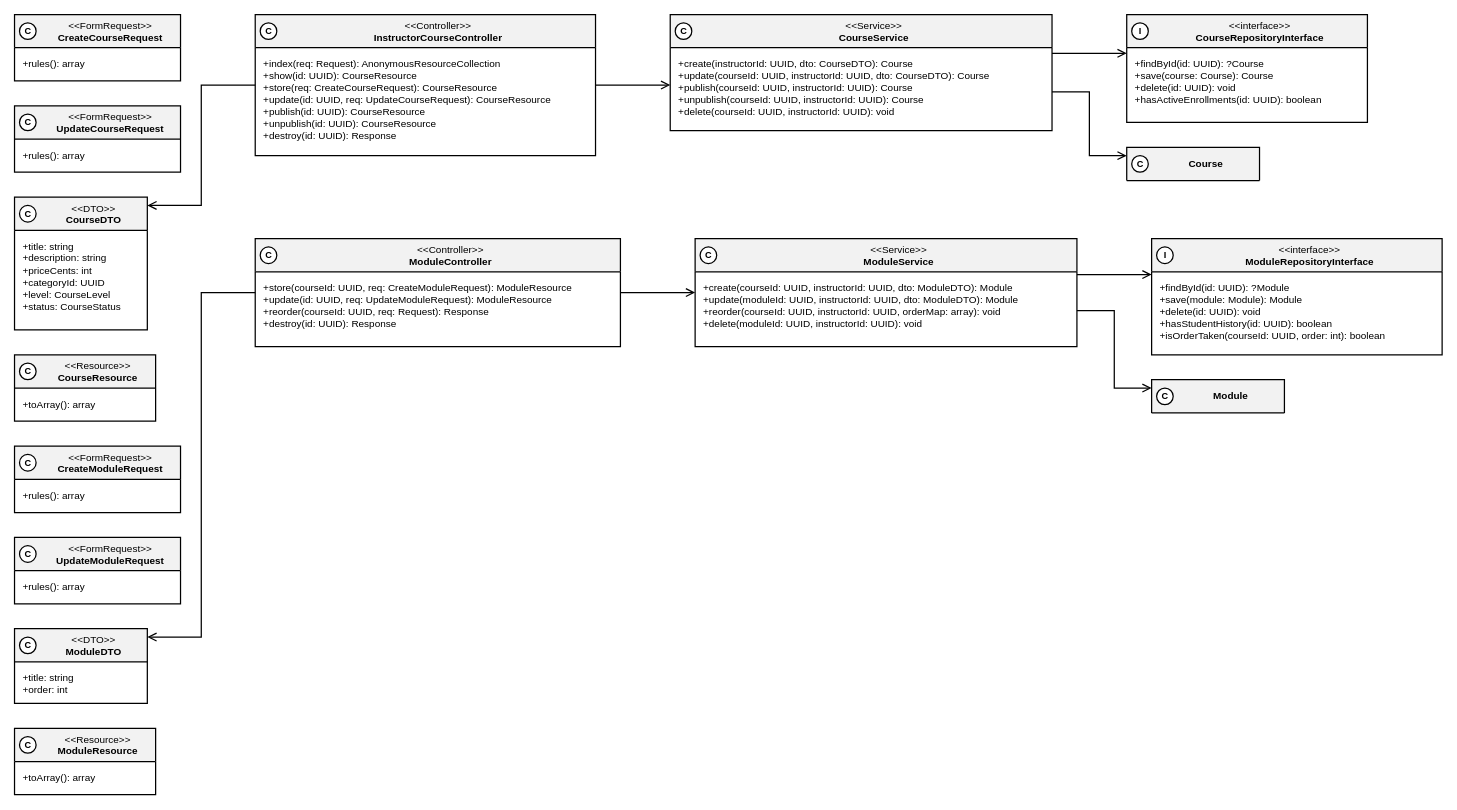
This is especificacao/diagramas/13-classes-area-b-implementacao-cursos-modulos.drawio from Plataforma-de-Cursos-TCC/plataforma-cursos-docs, a draw.io file, before an edit. Source tidied: cells renumbered, new cells numbered last; positions are measured from the earlier drawing's top-left corner, leaving out a move shared by most shapes. Both pictures are drawn from the tidied source at 83%, with x=0, y=0 at pixel (14, 14).
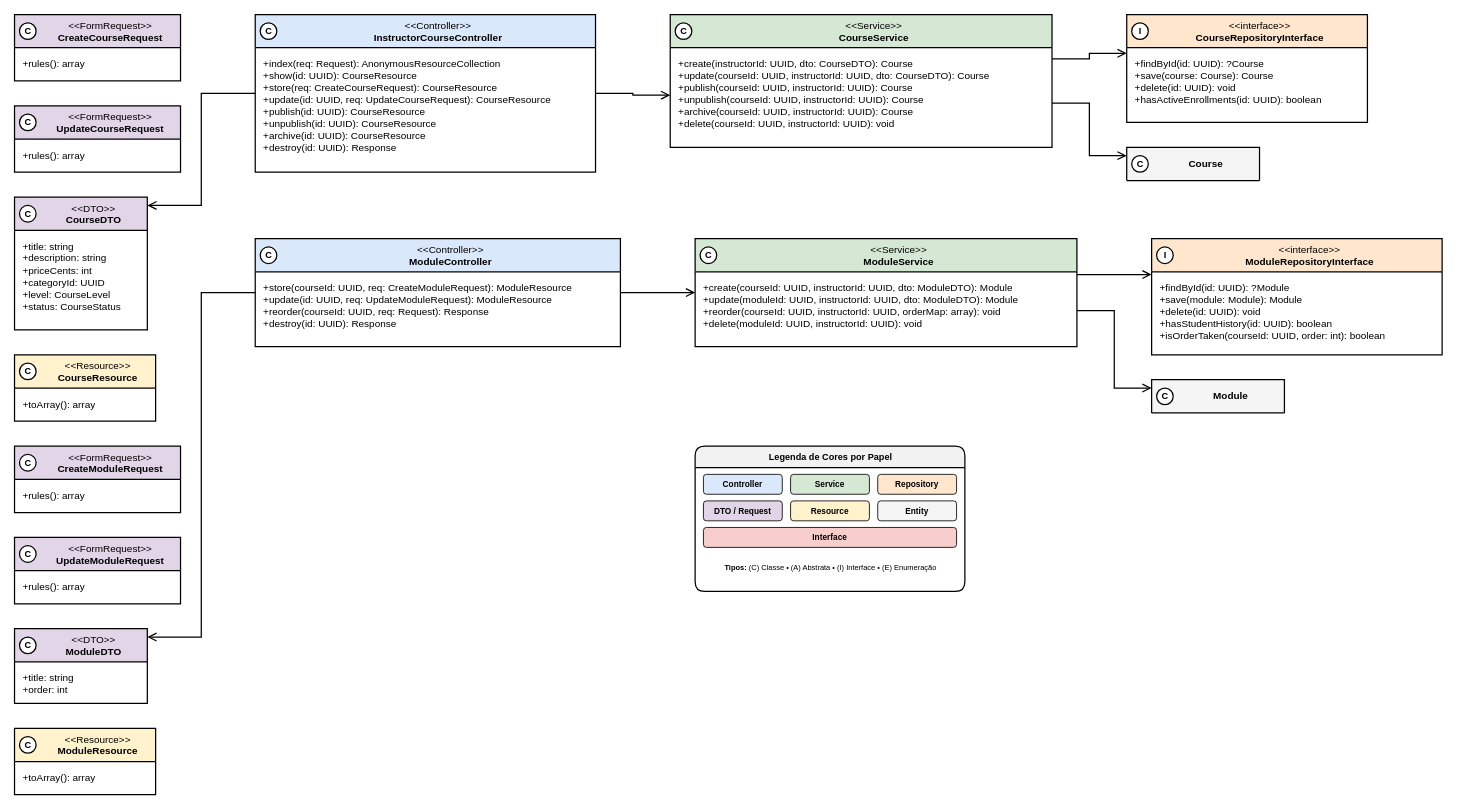
After the change.

Commit message (it also covers changes not shown here):
feat(especificacao): update Area B class diagrams with role colors, lesson materials, and direct API upload

Change to the diagram source:
```diff
@@
-    <mxCell id="2" value="&amp;lt;&amp;lt;FormRequest&amp;gt;&amp;gt;&lt;br&gt;&lt;b&gt;CreateCourseRequest&lt;/b&gt;" style="swimlane;html=1;fontStyle=0;align=center;verticalAlign=top;startSize=40;fillColor=#F2F2F2;swimlaneFillColor=#FFFFFF;strokeColor=#000000;strokeWidth=1.5;fontFamily=Helvetica;fontSize=12;fontColor=#000000;rounded=0;spacingLeft=30;" parent="1" vertex="1">
+    <mxCell id="2" value="&amp;lt;&amp;lt;FormRequest&amp;gt;&amp;gt;&lt;br&gt;&lt;b&gt;CreateCourseRequest&lt;/b&gt;" style="swimlane;html=1;fontStyle=0;align=center;verticalAlign=top;startSize=40;fillColor=#E1D5E7;swimlaneFillColor=#FFFFFF;strokeColor=#000000;strokeWidth=1.5;fontFamily=Helvetica;fontSize=12;fontColor=#000000;rounded=0;spacingLeft=30;" parent="1" vertex="1">
       <mxGeometry width="200" height="80" as="geometry" />
     </mxCell>
@@
-    <mxCell id="4" value="&amp;lt;&amp;lt;FormRequest&amp;gt;&amp;gt;&lt;br&gt;&lt;b&gt;UpdateCourseRequest&lt;/b&gt;" style="swimlane;html=1;fontStyle=0;align=center;verticalAlign=top;startSize=40;fillColor=#F2F2F2;swimlaneFillColor=#FFFFFF;strokeColor=#000000;strokeWidth=1.5;fontFamily=Helvetica;fontSize=12;fontColor=#000000;rounded=0;spacingLeft=30;" parent="1" vertex="1">
+    <mxCell id="4" value="&amp;lt;&amp;lt;FormRequest&amp;gt;&amp;gt;&lt;br&gt;&lt;b&gt;UpdateCourseRequest&lt;/b&gt;" style="swimlane;html=1;fontStyle=0;align=center;verticalAlign=top;startSize=40;fillColor=#E1D5E7;swimlaneFillColor=#FFFFFF;strokeColor=#000000;strokeWidth=1.5;fontFamily=Helvetica;fontSize=12;fontColor=#000000;rounded=0;spacingLeft=30;" parent="1" vertex="1">
       <mxGeometry y="110" width="200" height="80" as="geometry" />
     </mxCell>
@@
-    <mxCell id="6" value="&amp;lt;&amp;lt;DTO&amp;gt;&amp;gt;&lt;br&gt;&lt;b&gt;CourseDTO&lt;/b&gt;" style="swimlane;html=1;fontStyle=0;align=center;verticalAlign=top;startSize=40;fillColor=#F2F2F2;swimlaneFillColor=#FFFFFF;strokeColor=#000000;strokeWidth=1.5;fontFamily=Helvetica;fontSize=12;fontColor=#000000;rounded=0;spacingLeft=30;" parent="1" vertex="1">
+    <mxCell id="6" value="&amp;lt;&amp;lt;DTO&amp;gt;&amp;gt;&lt;br&gt;&lt;b&gt;CourseDTO&lt;/b&gt;" style="swimlane;html=1;fontStyle=0;align=center;verticalAlign=top;startSize=40;fillColor=#E1D5E7;swimlaneFillColor=#FFFFFF;strokeColor=#000000;strokeWidth=1.5;fontFamily=Helvetica;fontSize=12;fontColor=#000000;rounded=0;spacingLeft=30;" parent="1" vertex="1">
       <mxGeometry y="220" width="160" height="160" as="geometry" />
     </mxCell>
@@
-    <mxCell id="8" value="&amp;lt;&amp;lt;Resource&amp;gt;&amp;gt;&lt;br&gt;&lt;b&gt;CourseResource&lt;/b&gt;" style="swimlane;html=1;fontStyle=0;align=center;verticalAlign=top;startSize=40;fillColor=#F2F2F2;swimlaneFillColor=#FFFFFF;strokeColor=#000000;strokeWidth=1.5;fontFamily=Helvetica;fontSize=12;fontColor=#000000;rounded=0;spacingLeft=30;" parent="1" vertex="1">
+    <mxCell id="8" value="&amp;lt;&amp;lt;Resource&amp;gt;&amp;gt;&lt;br&gt;&lt;b&gt;CourseResource&lt;/b&gt;" style="swimlane;html=1;fontStyle=0;align=center;verticalAlign=top;startSize=40;fillColor=#FFF2CC;swimlaneFillColor=#FFFFFF;strokeColor=#000000;strokeWidth=1.5;fontFamily=Helvetica;fontSize=12;fontColor=#000000;rounded=0;spacingLeft=30;" parent="1" vertex="1">
       <mxGeometry y="410" width="170" height="80" as="geometry" />
     </mxCell>
@@
-    <mxCell id="10" value="&amp;lt;&amp;lt;FormRequest&amp;gt;&amp;gt;&lt;br&gt;&lt;b&gt;CreateModuleRequest&lt;/b&gt;" style="swimlane;html=1;fontStyle=0;align=center;verticalAlign=top;startSize=40;fillColor=#F2F2F2;swimlaneFillColor=#FFFFFF;strokeColor=#000000;strokeWidth=1.5;fontFamily=Helvetica;fontSize=12;fontColor=#000000;rounded=0;spacingLeft=30;" parent="1" vertex="1">
+    <mxCell id="10" value="&amp;lt;&amp;lt;FormRequest&amp;gt;&amp;gt;&lt;br&gt;&lt;b&gt;CreateModuleRequest&lt;/b&gt;" style="swimlane;html=1;fontStyle=0;align=center;verticalAlign=top;startSize=40;fillColor=#E1D5E7;swimlaneFillColor=#FFFFFF;strokeColor=#000000;strokeWidth=1.5;fontFamily=Helvetica;fontSize=12;fontColor=#000000;rounded=0;spacingLeft=30;" parent="1" vertex="1">
       <mxGeometry y="520" width="200" height="80" as="geometry" />
     </mxCell>
@@
-    <mxCell id="12" value="&amp;lt;&amp;lt;FormRequest&amp;gt;&amp;gt;&lt;br&gt;&lt;b&gt;UpdateModuleRequest&lt;/b&gt;" style="swimlane;html=1;fontStyle=0;align=center;verticalAlign=top;startSize=40;fillColor=#F2F2F2;swimlaneFillColor=#FFFFFF;strokeColor=#000000;strokeWidth=1.5;fontFamily=Helvetica;fontSize=12;fontColor=#000000;rounded=0;spacingLeft=30;" parent="1" vertex="1">
+    <mxCell id="12" value="&amp;lt;&amp;lt;FormRequest&amp;gt;&amp;gt;&lt;br&gt;&lt;b&gt;UpdateModuleRequest&lt;/b&gt;" style="swimlane;html=1;fontStyle=0;align=center;verticalAlign=top;startSize=40;fillColor=#E1D5E7;swimlaneFillColor=#FFFFFF;strokeColor=#000000;strokeWidth=1.5;fontFamily=Helvetica;fontSize=12;fontColor=#000000;rounded=0;spacingLeft=30;" parent="1" vertex="1">
       <mxGeometry y="630" width="200" height="80" as="geometry" />
     </mxCell>
@@
-    <mxCell id="14" value="&amp;lt;&amp;lt;DTO&amp;gt;&amp;gt;&lt;br&gt;&lt;b&gt;ModuleDTO&lt;/b&gt;" style="swimlane;html=1;fontStyle=0;align=center;verticalAlign=top;startSize=40;fillColor=#F2F2F2;swimlaneFillColor=#FFFFFF;strokeColor=#000000;strokeWidth=1.5;fontFamily=Helvetica;fontSize=12;fontColor=#000000;rounded=0;spacingLeft=30;" parent="1" vertex="1">
+    <mxCell id="14" value="&amp;lt;&amp;lt;DTO&amp;gt;&amp;gt;&lt;br&gt;&lt;b&gt;ModuleDTO&lt;/b&gt;" style="swimlane;html=1;fontStyle=0;align=center;verticalAlign=top;startSize=40;fillColor=#E1D5E7;swimlaneFillColor=#FFFFFF;strokeColor=#000000;strokeWidth=1.5;fontFamily=Helvetica;fontSize=12;fontColor=#000000;rounded=0;spacingLeft=30;" parent="1" vertex="1">
       <mxGeometry y="740" width="160" height="90" as="geometry" />
     </mxCell>
@@
-    <mxCell id="16" value="&amp;lt;&amp;lt;Resource&amp;gt;&amp;gt;&lt;br&gt;&lt;b&gt;ModuleResource&lt;/b&gt;" style="swimlane;html=1;fontStyle=0;align=center;verticalAlign=top;startSize=40;fillColor=#F2F2F2;swimlaneFillColor=#FFFFFF;strokeColor=#000000;strokeWidth=1.5;fontFamily=Helvetica;fontSize=12;fontColor=#000000;rounded=0;spacingLeft=30;" parent="1" vertex="1">
+    <mxCell id="16" value="&amp;lt;&amp;lt;Resource&amp;gt;&amp;gt;&lt;br&gt;&lt;b&gt;ModuleResource&lt;/b&gt;" style="swimlane;html=1;fontStyle=0;align=center;verticalAlign=top;startSize=40;fillColor=#FFF2CC;swimlaneFillColor=#FFFFFF;strokeColor=#000000;strokeWidth=1.5;fontFamily=Helvetica;fontSize=12;fontColor=#000000;rounded=0;spacingLeft=30;" parent="1" vertex="1">
       <mxGeometry y="860" width="170" height="80" as="geometry" />
     </mxCell>
@@
-    <mxCell id="18" value="&amp;lt;&amp;lt;Controller&amp;gt;&amp;gt;&lt;br&gt;&lt;b&gt;InstructorCourseController&lt;/b&gt;" style="swimlane;html=1;fontStyle=0;align=center;verticalAlign=top;startSize=40;fillColor=#F2F2F2;swimlaneFillColor=#FFFFFF;strokeColor=#000000;strokeWidth=1.5;fontFamily=Helvetica;fontSize=12;fontColor=#000000;rounded=0;spacingLeft=30;" parent="1" vertex="1">
-      <mxGeometry x="290" width="410" height="170" as="geometry" />
+    <mxCell id="18" value="&amp;lt;&amp;lt;Controller&amp;gt;&amp;gt;&lt;br&gt;&lt;b&gt;InstructorCourseController&lt;/b&gt;" style="swimlane;html=1;fontStyle=0;align=center;verticalAlign=top;startSize=40;fillColor=#DAE8FC;swimlaneFillColor=#FFFFFF;strokeColor=#000000;strokeWidth=1.5;fontFamily=Helvetica;fontSize=12;fontColor=#000000;rounded=0;spacingLeft=30;" parent="1" vertex="1">
+      <mxGeometry x="290" width="410" height="190" as="geometry" />
     </mxCell>
-    <mxCell id="19" value="+index(req: Request): AnonymousResourceCollection&lt;br&gt;+show(id: UUID): CourseResource&lt;br&gt;+store(req: CreateCourseRequest): CourseResource&lt;br&gt;+update(id: UUID, req: UpdateCourseRequest): CourseResource&lt;br&gt;+publish(id: UUID): CourseResource&lt;br&gt;+unpublish(id: UUID): CourseResource&lt;br&gt;+destroy(id: UUID): Response" style="text;html=1;align=left;verticalAlign=top;spacingLeft=8;spacingRight=8;spacingTop=6;fontSize=12;fontFamily=Helvetica;fontColor=#000000;strokeColor=none;fillColor=none;" parent="18" vertex="1">
-      <mxGeometry y="40" width="410" height="130" as="geometry" />
+    <mxCell id="19" value="+index(req: Request): AnonymousResourceCollection&lt;br&gt;+show(id: UUID): CourseResource&lt;br&gt;+store(req: CreateCourseRequest): CourseResource&lt;br&gt;+update(id: UUID, req: UpdateCourseRequest): CourseResource&lt;br&gt;+publish(id: UUID): CourseResource&lt;br&gt;+unpublish(id: UUID): CourseResource&lt;br&gt;+archive(id: UUID): CourseResource&lt;br&gt;+destroy(id: UUID): Response" style="text;html=1;align=left;verticalAlign=top;spacingLeft=8;spacingRight=8;spacingTop=6;fontSize=12;fontFamily=Helvetica;fontColor=#000000;strokeColor=none;fillColor=none;" parent="18" vertex="1">
+      <mxGeometry y="40" width="410" height="150" as="geometry" />
     </mxCell>
-    <mxCell id="20" value="&amp;lt;&amp;lt;Service&amp;gt;&amp;gt;&lt;br&gt;&lt;b&gt;CourseService&lt;/b&gt;" style="swimlane;html=1;fontStyle=0;align=center;verticalAlign=top;startSize=40;fillColor=#F2F2F2;swimlaneFillColor=#FFFFFF;strokeColor=#000000;strokeWidth=1.5;fontFamily=Helvetica;fontSize=12;fontColor=#000000;rounded=0;spacingLeft=30;" parent="1" vertex="1">
-      <mxGeometry x="790" width="460" height="140" as="geometry" />
+    <mxCell id="20" value="&amp;lt;&amp;lt;Service&amp;gt;&amp;gt;&lt;br&gt;&lt;b&gt;CourseService&lt;/b&gt;" style="swimlane;html=1;fontStyle=0;align=center;verticalAlign=top;startSize=40;fillColor=#D5E8D4;swimlaneFillColor=#FFFFFF;strokeColor=#000000;strokeWidth=1.5;fontFamily=Helvetica;fontSize=12;fontColor=#000000;rounded=0;spacingLeft=30;" parent="1" vertex="1">
+      <mxGeometry x="790" width="460" height="160" as="geometry" />
     </mxCell>
-    <mxCell id="21" value="+create(instructorId: UUID, dto: CourseDTO): Course&lt;br&gt;+update(courseId: UUID, instructorId: UUID, dto: CourseDTO): Course&lt;br&gt;+publish(courseId: UUID, instructorId: UUID): Course&lt;br&gt;+unpublish(courseId: UUID, instructorId: UUID): Course&lt;br&gt;+delete(courseId: UUID, instructorId: UUID): void" style="text;html=1;align=left;verticalAlign=top;spacingLeft=8;spacingRight=8;spacingTop=6;fontSize=12;fontFamily=Helvetica;fontColor=#000000;strokeColor=none;fillColor=none;" parent="20" vertex="1">
-      <mxGeometry y="40" width="460" height="100" as="geometry" />
+    <mxCell id="21" value="+create(instructorId: UUID, dto: CourseDTO): Course&lt;br&gt;+update(courseId: UUID, instructorId: UUID, dto: CourseDTO): Course&lt;br&gt;+publish(courseId: UUID, instructorId: UUID): Course&lt;br&gt;+unpublish(courseId: UUID, instructorId: UUID): Course&lt;br&gt;+archive(courseId: UUID, instructorId: UUID): Course&lt;br&gt;+delete(courseId: UUID, instructorId: UUID): void" style="text;html=1;align=left;verticalAlign=top;spacingLeft=8;spacingRight=8;spacingTop=6;fontSize=12;fontFamily=Helvetica;fontColor=#000000;strokeColor=none;fillColor=none;" parent="20" vertex="1">
+      <mxGeometry y="40" width="460" height="120" as="geometry" />
     </mxCell>
-    <mxCell id="22" value="&amp;lt;&amp;lt;interface&amp;gt;&amp;gt;&lt;br&gt;&lt;b&gt;CourseRepositoryInterface&lt;/b&gt;" style="swimlane;html=1;fontStyle=0;align=center;verticalAlign=top;startSize=40;fillColor=#F2F2F2;swimlaneFillColor=#FFFFFF;strokeColor=#000000;strokeWidth=1.5;fontFamily=Helvetica;fontSize=12;fontColor=#000000;rounded=0;spacingLeft=30;" parent="1" vertex="1">
+    <mxCell id="22" value="&amp;lt;&amp;lt;interface&amp;gt;&amp;gt;&lt;br&gt;&lt;b&gt;CourseRepositoryInterface&lt;/b&gt;" style="swimlane;html=1;fontStyle=0;align=center;verticalAlign=top;startSize=40;fillColor=#FFE6CC;swimlaneFillColor=#FFFFFF;strokeColor=#000000;strokeWidth=1.5;fontFamily=Helvetica;fontSize=12;fontColor=#000000;rounded=0;spacingLeft=30;" parent="1" vertex="1">
       <mxGeometry x="1340" width="290" height="130" as="geometry" />
     </mxCell>
@@
-    <mxCell id="24" value="&lt;b&gt;Course&lt;/b&gt;" style="swimlane;html=1;fontStyle=0;align=center;verticalAlign=middle;startSize=40;fillColor=#F2F2F2;swimlaneFillColor=#FFFFFF;strokeColor=#000000;strokeWidth=1.5;fontFamily=Helvetica;fontSize=12;fontColor=#000000;rounded=0;spacingLeft=30;" parent="1" vertex="1">
+    <mxCell id="24" value="&lt;b&gt;Course&lt;/b&gt;" style="swimlane;html=1;fontStyle=0;align=center;verticalAlign=middle;startSize=40;fillColor=#F5F5F5;swimlaneFillColor=#FFFFFF;strokeColor=#000000;strokeWidth=1.5;fontFamily=Helvetica;fontSize=12;fontColor=#000000;rounded=0;spacingLeft=30;" parent="1" vertex="1">
       <mxGeometry x="1340" y="160" width="160" height="40" as="geometry" />
     </mxCell>
-    <mxCell id="25" value="&amp;lt;&amp;lt;Controller&amp;gt;&amp;gt;&lt;br&gt;&lt;b&gt;ModuleController&lt;/b&gt;" style="swimlane;html=1;fontStyle=0;align=center;verticalAlign=top;startSize=40;fillColor=#F2F2F2;swimlaneFillColor=#FFFFFF;strokeColor=#000000;strokeWidth=1.5;fontFamily=Helvetica;fontSize=12;fontColor=#000000;rounded=0;spacingLeft=30;" parent="1" vertex="1">
+    <mxCell id="25" value="&amp;lt;&amp;lt;Controller&amp;gt;&amp;gt;&lt;br&gt;&lt;b&gt;ModuleController&lt;/b&gt;" style="swimlane;html=1;fontStyle=0;align=center;verticalAlign=top;startSize=40;fillColor=#DAE8FC;swimlaneFillColor=#FFFFFF;strokeColor=#000000;strokeWidth=1.5;fontFamily=Helvetica;fontSize=12;fontColor=#000000;rounded=0;spacingLeft=30;" parent="1" vertex="1">
       <mxGeometry x="290" y="270" width="440" height="130" as="geometry" />
     </mxCell>
@@
-    <mxCell id="27" value="&amp;lt;&amp;lt;Service&amp;gt;&amp;gt;&lt;br&gt;&lt;b&gt;ModuleService&lt;/b&gt;" style="swimlane;html=1;fontStyle=0;align=center;verticalAlign=top;startSize=40;fillColor=#F2F2F2;swimlaneFillColor=#FFFFFF;strokeColor=#000000;strokeWidth=1.5;fontFamily=Helvetica;fontSize=12;fontColor=#000000;rounded=0;spacingLeft=30;" parent="1" vertex="1">
+    <mxCell id="27" value="&amp;lt;&amp;lt;Service&amp;gt;&amp;gt;&lt;br&gt;&lt;b&gt;ModuleService&lt;/b&gt;" style="swimlane;html=1;fontStyle=0;align=center;verticalAlign=top;startSize=40;fillColor=#D5E8D4;swimlaneFillColor=#FFFFFF;strokeColor=#000000;strokeWidth=1.5;fontFamily=Helvetica;fontSize=12;fontColor=#000000;rounded=0;spacingLeft=30;" parent="1" vertex="1">
       <mxGeometry x="820" y="270" width="460" height="130" as="geometry" />
     </mxCell>
@@
-    <mxCell id="29" value="&amp;lt;&amp;lt;interface&amp;gt;&amp;gt;&lt;br&gt;&lt;b&gt;ModuleRepositoryInterface&lt;/b&gt;" style="swimlane;html=1;fontStyle=0;align=center;verticalAlign=top;startSize=40;fillColor=#F2F2F2;swimlaneFillColor=#FFFFFF;strokeColor=#000000;strokeWidth=1.5;fontFamily=Helvetica;fontSize=12;fontColor=#000000;rounded=0;spacingLeft=30;" parent="1" vertex="1">
+    <mxCell id="29" value="&amp;lt;&amp;lt;interface&amp;gt;&amp;gt;&lt;br&gt;&lt;b&gt;ModuleRepositoryInterface&lt;/b&gt;" style="swimlane;html=1;fontStyle=0;align=center;verticalAlign=top;startSize=40;fillColor=#FFE6CC;swimlaneFillColor=#FFFFFF;strokeColor=#000000;strokeWidth=1.5;fontFamily=Helvetica;fontSize=12;fontColor=#000000;rounded=0;spacingLeft=30;" parent="1" vertex="1">
       <mxGeometry x="1370" y="270" width="350" height="140" as="geometry" />
     </mxCell>
@@
-    <mxCell id="31" value="&lt;b&gt;Module&lt;/b&gt;" style="swimlane;html=1;fontStyle=0;align=center;verticalAlign=middle;startSize=40;fillColor=#F2F2F2;swimlaneFillColor=#FFFFFF;strokeColor=#000000;strokeWidth=1.5;fontFamily=Helvetica;fontSize=12;fontColor=#000000;rounded=0;spacingLeft=30;" parent="1" vertex="1">
+    <mxCell id="31" value="&lt;b&gt;Module&lt;/b&gt;" style="swimlane;html=1;fontStyle=0;align=center;verticalAlign=middle;startSize=40;fillColor=#F5F5F5;swimlaneFillColor=#FFFFFF;strokeColor=#000000;strokeWidth=1.5;fontFamily=Helvetica;fontSize=12;fontColor=#000000;rounded=0;spacingLeft=30;" parent="1" vertex="1">
       <mxGeometry x="1370" y="440" width="160" height="40" as="geometry" />
     </mxCell>
@@
+    <mxCell id="56" value="&lt;b&gt;Legenda de Cores por Papel&lt;/b&gt;" style="swimlane;html=1;fontStyle=0;align=center;verticalAlign=top;startSize=26;fillColor=#F2F2F2;swimlaneFillColor=#FFFFFF;strokeColor=#000000;strokeWidth=1.5;fontFamily=Helvetica;fontSize=11;rounded=1;" parent="1" vertex="1">
+      <mxGeometry x="820" y="520" width="325" height="175" as="geometry" />
+    </mxCell>
+    <mxCell id="57" value="&lt;b&gt;Controller&lt;/b&gt;" style="rounded=1;whiteSpace=wrap;html=1;fillColor=#DAE8FC;strokeColor=#000000;strokeWidth=1;fontSize=10;fontFamily=Helvetica;fontColor=#000000;align=center;verticalAlign=middle;" parent="1" vertex="1">
+      <mxGeometry x="830" y="554" width="95" height="24" as="geometry" />
+    </mxCell>
+    <mxCell id="58" value="&lt;b&gt;Service&lt;/b&gt;" style="rounded=1;whiteSpace=wrap;html=1;fillColor=#D5E8D4;strokeColor=#000000;strokeWidth=1;fontSize=10;fontFamily=Helvetica;fontColor=#000000;align=center;verticalAlign=middle;" parent="1" vertex="1">
+      <mxGeometry x="935" y="554" width="95" height="24" as="geometry" />
+    </mxCell>
+    <mxCell id="59" value="&lt;b&gt;Repository&lt;/b&gt;" style="rounded=1;whiteSpace=wrap;html=1;fillColor=#FFE6CC;strokeColor=#000000;strokeWidth=1;fontSize=10;fontFamily=Helvetica;fontColor=#000000;align=center;verticalAlign=middle;" parent="1" vertex="1">
+      <mxGeometry x="1040" y="554" width="95" height="24" as="geometry" />
+    </mxCell>
+    <mxCell id="60" value="&lt;b&gt;DTO / Request&lt;/b&gt;" style="rounded=1;whiteSpace=wrap;html=1;fillColor=#E1D5E7;strokeColor=#000000;strokeWidth=1;fontSize=10;fontFamily=Helvetica;fontColor=#000000;align=center;verticalAlign=middle;" parent="1" vertex="1">
+      <mxGeometry x="830" y="586" width="95" height="24" as="geometry" />
+    </mxCell>
+    <mxCell id="61" value="&lt;b&gt;Resource&lt;/b&gt;" style="rounded=1;whiteSpace=wrap;html=1;fillColor=#FFF2CC;strokeColor=#000000;strokeWidth=1;fontSize=10;fontFamily=Helvetica;fontColor=#000000;align=center;verticalAlign=middle;" parent="1" vertex="1">
+      <mxGeometry x="935" y="586" width="95" height="24" as="geometry" />
+    </mxCell>
+    <mxCell id="62" value="&lt;b&gt;Entity&lt;/b&gt;" style="rounded=1;whiteSpace=wrap;html=1;fillColor=#F5F5F5;strokeColor=#000000;strokeWidth=1;fontSize=10;fontFamily=Helvetica;fontColor=#000000;align=center;verticalAlign=middle;" parent="1" vertex="1">
+      <mxGeometry x="1040" y="586" width="95" height="24" as="geometry" />
+    </mxCell>
+    <mxCell id="63" value="&lt;b&gt;Interface&lt;/b&gt;" style="rounded=1;whiteSpace=wrap;html=1;fillColor=#F8CECC;strokeColor=#000000;strokeWidth=1;fontSize=10;fontFamily=Helvetica;fontColor=#000000;align=center;verticalAlign=middle;" parent="1" vertex="1">
+      <mxGeometry x="830" y="618" width="305" height="24" as="geometry" />
+    </mxCell>
+    <mxCell id="64" value="&lt;b&gt;Tipos:&lt;/b&gt; (C) Classe &amp;bull; (A) Abstrata &amp;bull; (I) Interface &amp;bull; (E) Enumeração" style="text;html=1;strokeColor=none;fillColor=none;fontSize=9;fontFamily=Helvetica;fontColor=#000000;align=center;verticalAlign=middle;" parent="1" vertex="1">
+      <mxGeometry x="830" y="652" width="305" height="30" as="geometry" />
+    </mxCell>
```
